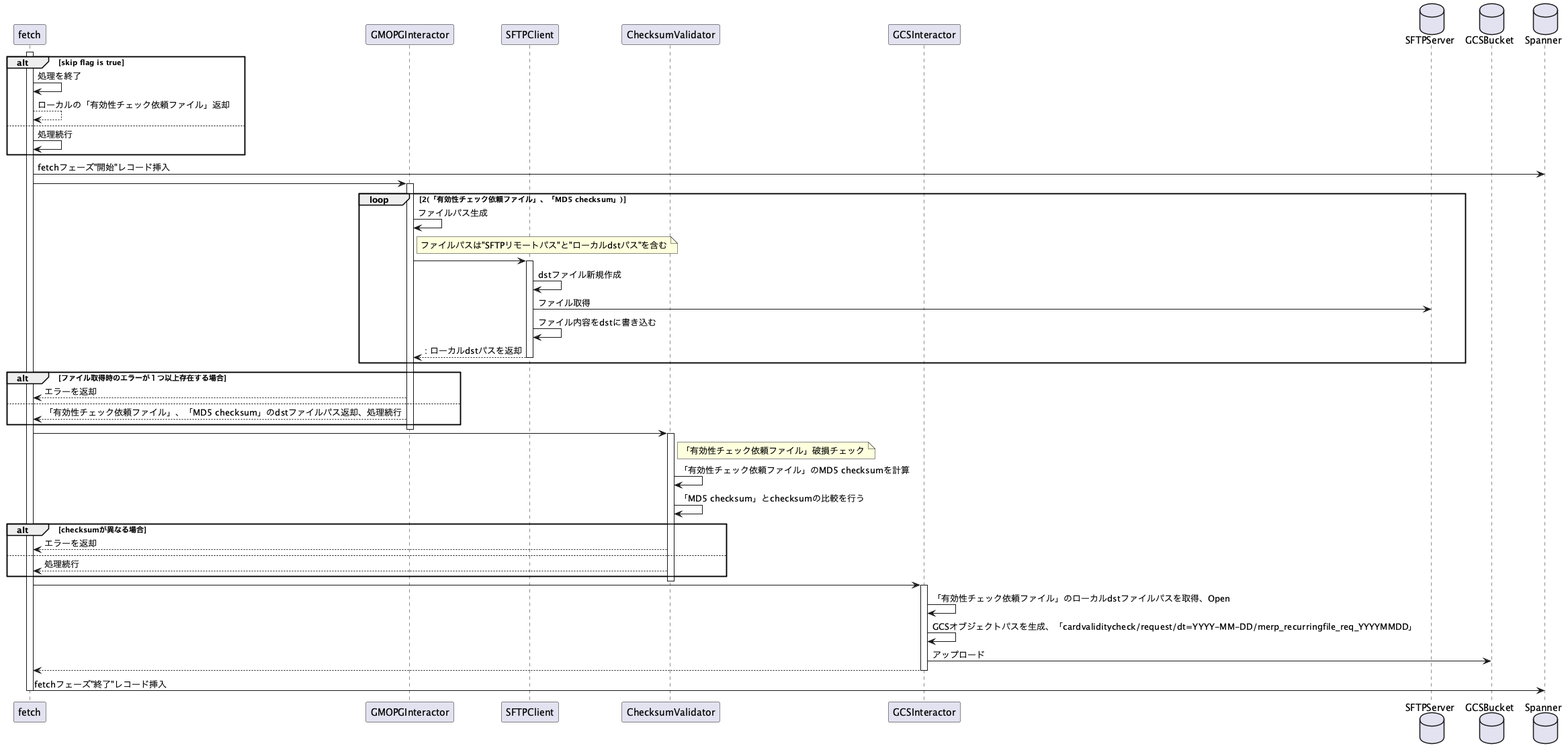
Earlier version of the PlantUML export download_files_from_gmopg-sftp.png (norun9/uml).
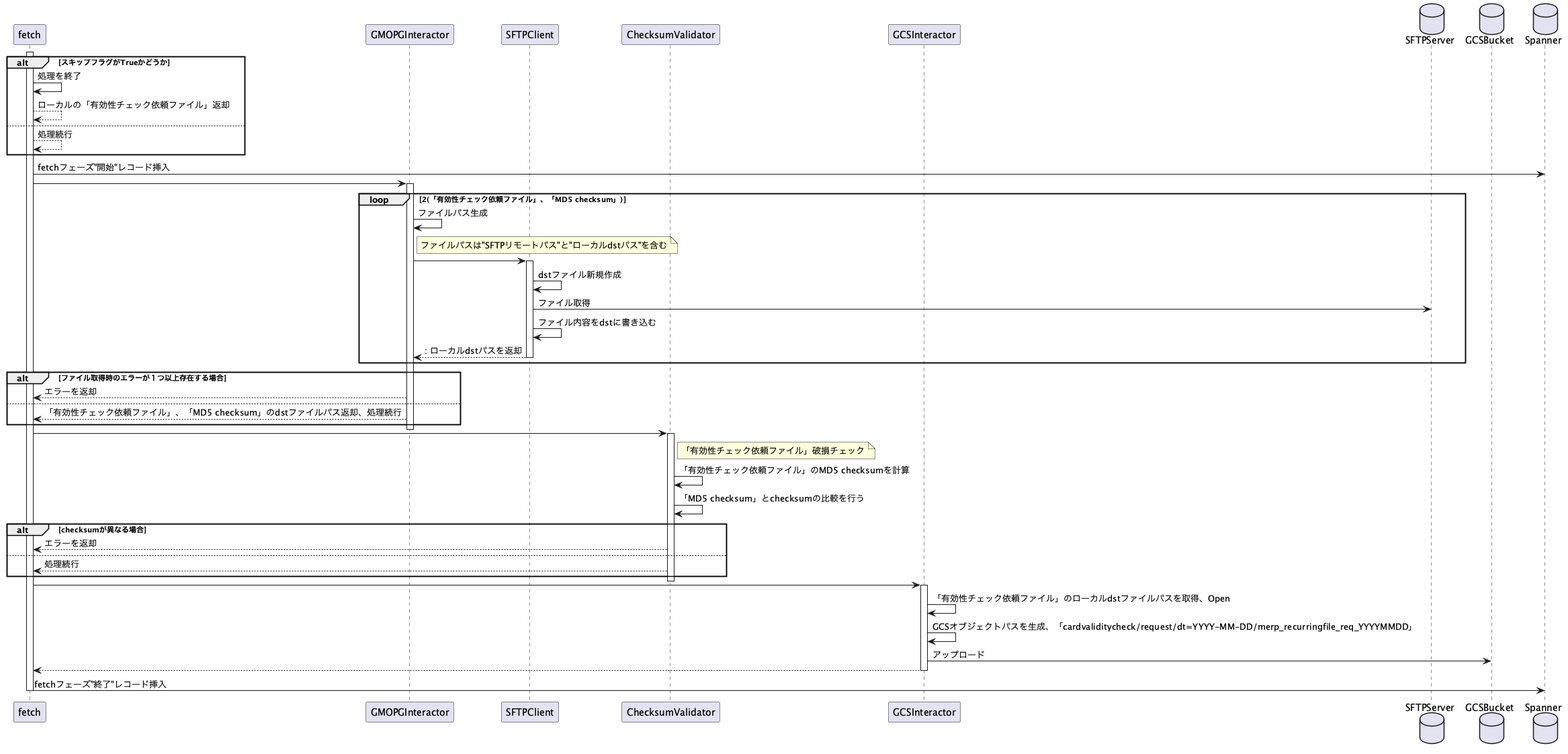
After the commit.

The edit, as a diff of the source:
```diff
@@ -9,11 +9,11 @@
 database Spanner
 
 activate fetch
-alt skip flag is true
+alt スキップフラグがTrueかどうか
     fetch -> fetch: 処理を終了
     return ローカルの「有効性チェック依頼ファイル」返却
 else
-    fetch -> fetch: 処理続行
+    fetch --> fetch: 処理続行
 end
 fetch -> Spanner: fetchフェーズ"開始"レコード挿入
 fetch -> GMOPGInteractor
```
